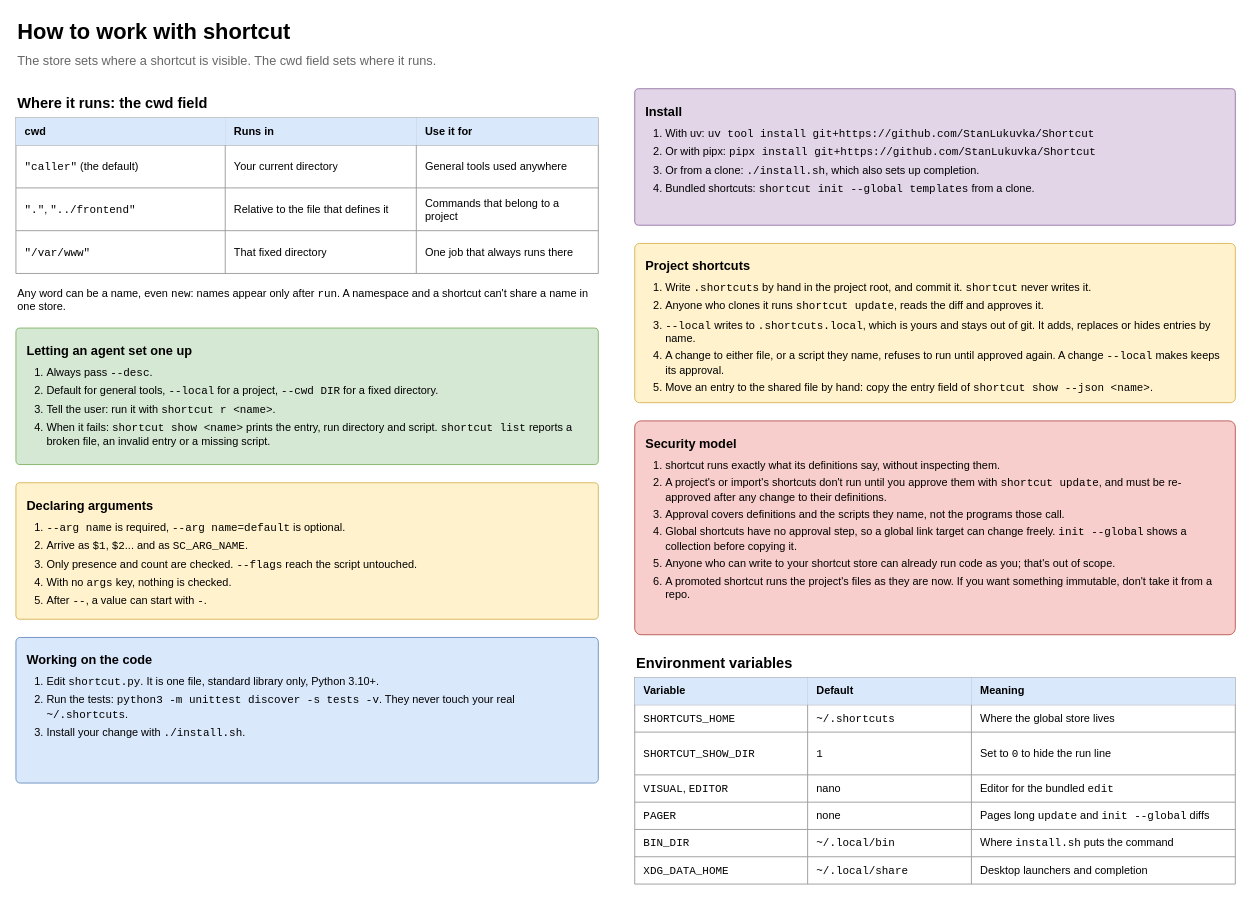
The draw.io diagram page "3 Working with it" (3 of 5) of docs/shortcut-overview.drawio in StanLukuvka/Shortcut, before the edit. Source tidied: cells renumbered, new cells numbered last; positions are measured from the earlier drawing's top-left corner, leaving out a move shared by most shapes. Both pictures are drawn from the tidied source at 91%, with x=0, y=0 at pixel (15, 15).
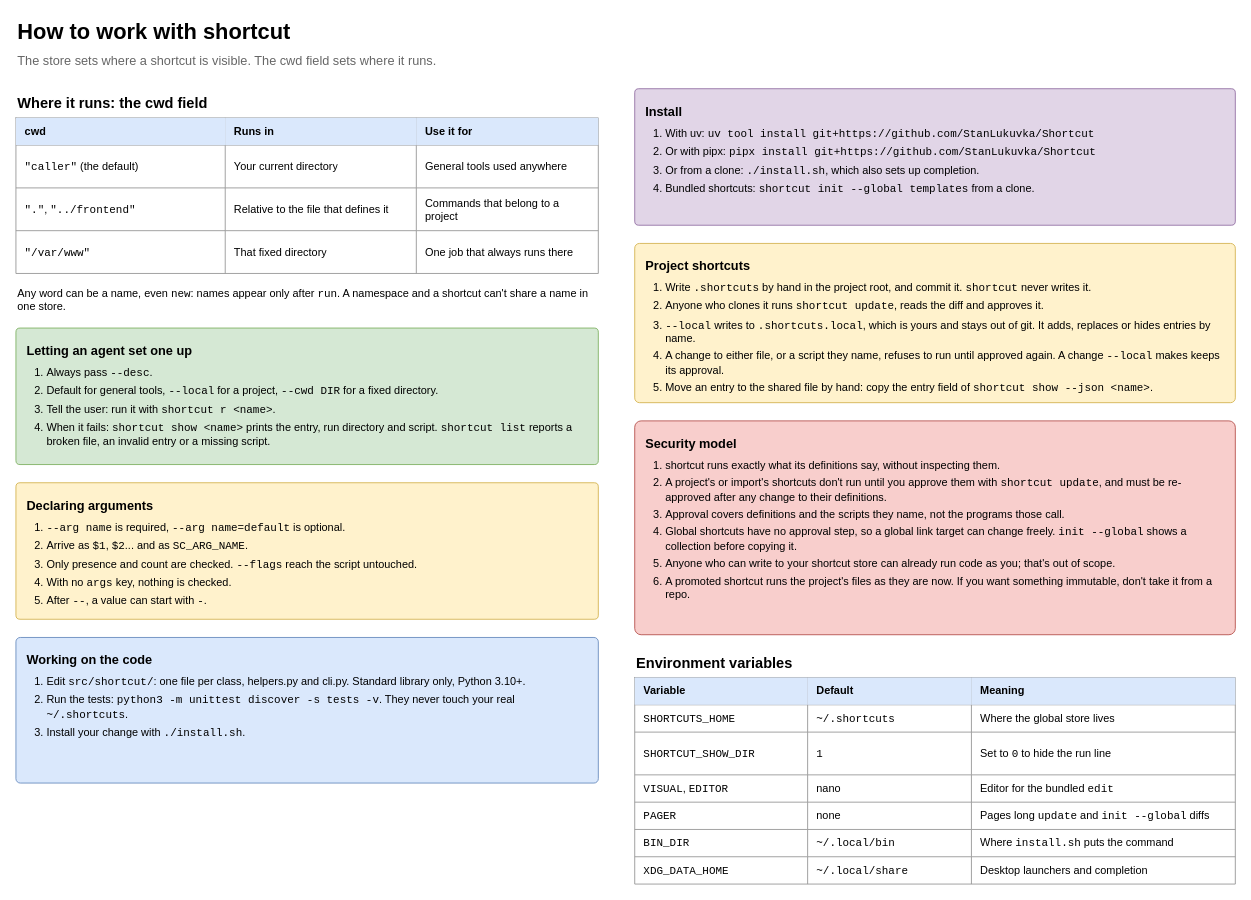
The same diagram, later.

Commit message (it also covers changes not shown here):
Point the README and diagrams at src/shortcut/

Change to the diagram source:
```diff
@@
-    <mxCell id="28" value="&lt;b style='font-size:14px'&gt;Working on the code&lt;/b&gt;&lt;ol style='margin:8px 0 0 0;padding-left:22px'&gt;&lt;li style='margin-bottom:5px'&gt;Edit &lt;font face=&quot;monospace&quot;&gt;shortcut.py&lt;/font&gt;. It is one file, standard library only, Python 3.10+.&lt;/li&gt;&lt;li style='margin-bottom:5px'&gt;Run the tests: &lt;font face=&quot;monospace&quot;&gt;python3 -m unittest discover -s tests -v&lt;/font&gt;. They never touch your real &lt;font face=&quot;monospace&quot;&gt;~/.shortcuts&lt;/font&gt;.&lt;/li&gt;&lt;li style='margin-bottom:5px'&gt;Install your change with &lt;font face=&quot;monospace&quot;&gt;./install.sh&lt;/font&gt;.&lt;/li&gt;&lt;/ol&gt;" style="rounded=1;whiteSpace=wrap;html=1;arcSize=3;fillColor=#dae8fc;strokeColor=#6c8ebf;fontSize=12;align=left;verticalAlign=top;spacing=12;" parent="1" vertex="1">
+    <mxCell id="28" value="&lt;b style='font-size:14px'&gt;Working on the code&lt;/b&gt;&lt;ol style='margin:8px 0 0 0;padding-left:22px'&gt;&lt;li style='margin-bottom:5px'&gt;Edit &lt;font face=&quot;monospace&quot;&gt;src/shortcut/&lt;/font&gt;: one file per class, helpers.py and cli.py. Standard library only, Python 3.10+.&lt;/li&gt;&lt;li style='margin-bottom:5px'&gt;Run the tests: &lt;font face=&quot;monospace&quot;&gt;python3 -m unittest discover -s tests -v&lt;/font&gt;. They never touch your real &lt;font face=&quot;monospace&quot;&gt;~/.shortcuts&lt;/font&gt;.&lt;/li&gt;&lt;li style='margin-bottom:5px'&gt;Install your change with &lt;font face=&quot;monospace&quot;&gt;./install.sh&lt;/font&gt;.&lt;/li&gt;&lt;/ol&gt;" style="rounded=1;whiteSpace=wrap;html=1;arcSize=3;fillColor=#dae8fc;strokeColor=#6c8ebf;fontSize=12;align=left;verticalAlign=top;spacing=12;" parent="1" vertex="1">
       <mxGeometry y="683" width="640" height="160" as="geometry" />
     </mxCell>
```
